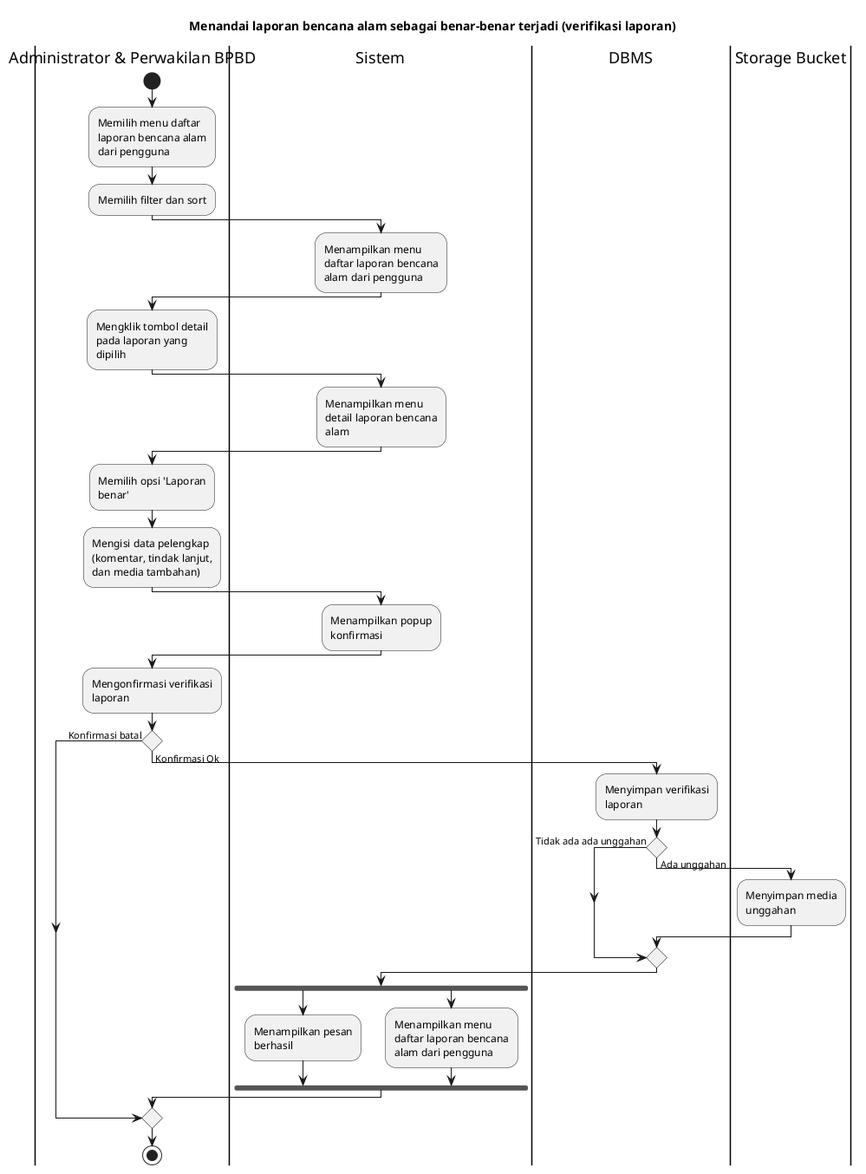
Above: export/Activity Diagrams/UC-MGDISASTER - Manajemen Data Bencana/UC-MGDISASTER-003 - Menandai laporan bencana alam sebagai benar-benar terjadi (verifikasi laporan).png in bagusNA/appl-diagrams (PlantUML), before the change.
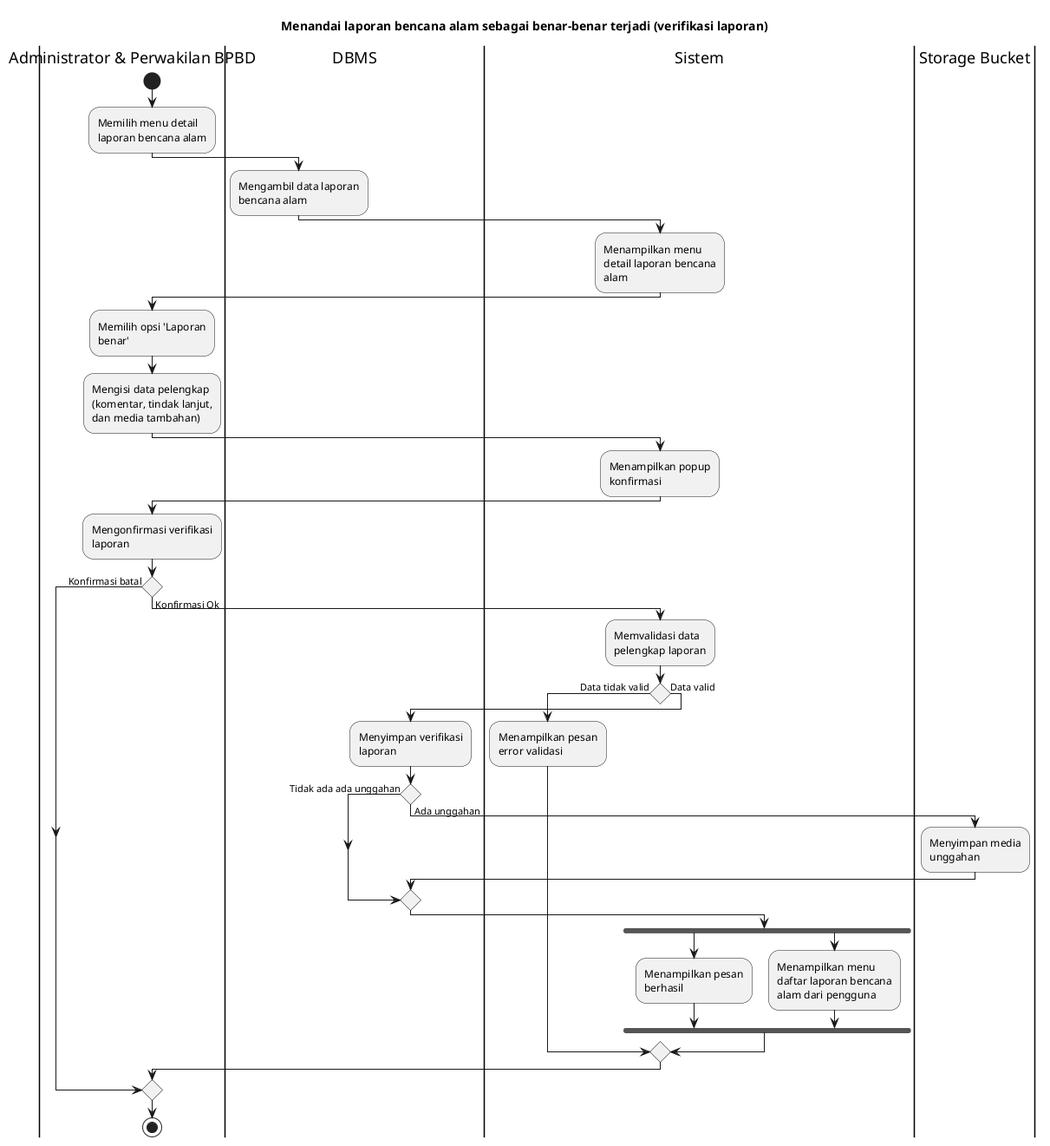
Above is the later version.

The edit, as a diff of the source:
```diff
@@ -5,14 +5,10 @@
 
 |Administrator & Perwakilan BPBD|
 start
-:Memilih menu daftar laporan bencana alam dari pengguna;
-:Memilih filter dan sort;
+:Memilih menu detail laporan bencana alam;
 
-|Sistem|
-:Menampilkan menu daftar laporan bencana alam dari pengguna;
-
-|Administrator & Perwakilan BPBD|
-:Mengklik tombol detail pada laporan yang dipilih;
+|DBMS|
+:Mengambil data laporan bencana alam;
 
 |Sistem|
 :Menampilkan menu detail laporan bencana alam;
@@ -29,21 +25,28 @@
 
 if () then (Konfirmasi batal)
 else (Konfirmasi Ok)
-  |DBMS|
-  :Menyimpan verifikasi laporan;
+  |Sistem|
+  :Memvalidasi data pelengkap laporan;
 
-  if () then (Tidak ada ada unggahan)
-  else (Ada unggahan)
-    |Storage Bucket|
-    :Menyimpan media unggahan;
+  if () then (Data tidak valid)
+    :Menampilkan pesan error validasi;
+  else (Data valid)
+    |DBMS|
+    :Menyimpan verifikasi laporan;
+
+    if () then (Tidak ada ada unggahan)
+    else (Ada unggahan)
+      |Storage Bucket|
+      :Menyimpan media unggahan;
+    endif
+
+    |Sistem|
+    fork
+      :Menampilkan pesan berhasil;
+    fork again
+      :Menampilkan menu daftar laporan bencana alam dari pengguna;
+    endfork
   endif
-
-  |Sistem|
-  fork
-    :Menampilkan pesan berhasil;
-  fork again
-    :Menampilkan menu daftar laporan bencana alam dari pengguna;
-  endfork
 endif
 
 |Administrator & Perwakilan BPBD|
```
